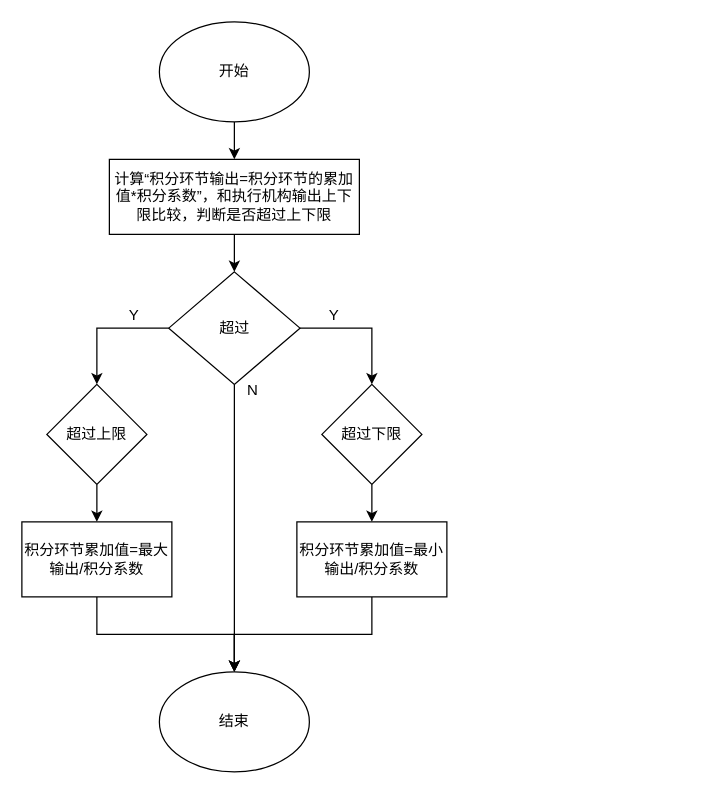
Earlier version of the draw.io diagram 积分抗饱和.drawio (hjc2000/paperwork). Source tidied: cells renumbered, new cells numbered last; positions are measured from the earlier drawing's top-left corner, leaving out a move shared by most shapes. Both pictures are drawn from the tidied source at 125%, with x=0, y=0 at pixel (21, 21).
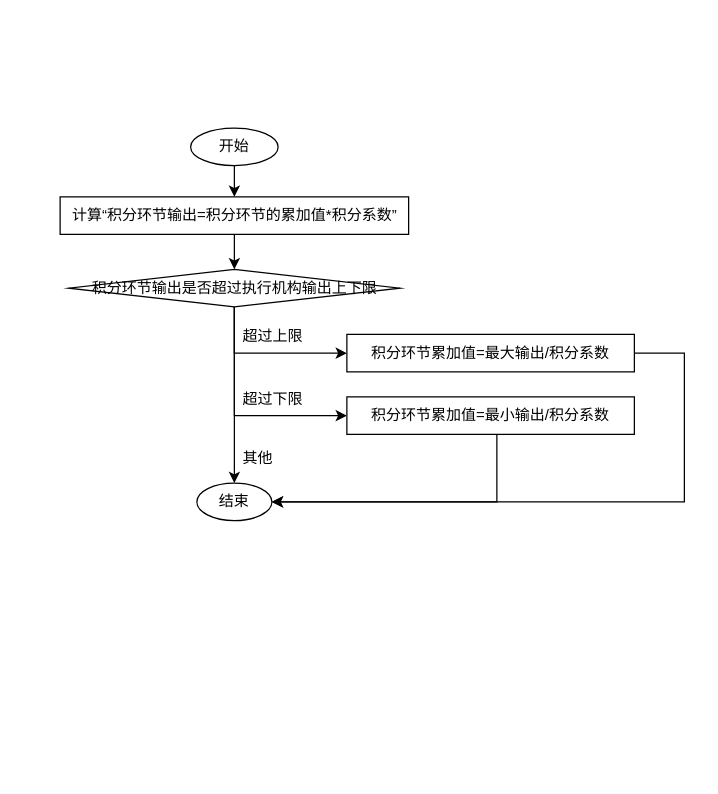
After the change.

What changed in the source:
```diff
@@
-    <mxCell id="2" style="edgeStyle=orthogonalEdgeStyle;rounded=0;jettySize=auto;html=1;verticalAlign=middle;entryX=0.5;entryY=0;entryDx=0;entryDy=0;fontFamily=宋体;startArrow=none;" parent="1" edge="1" source="20" target="7">
+    <mxCell id="2" style="edgeStyle=orthogonalEdgeStyle;rounded=0;jettySize=auto;html=1;verticalAlign=middle;entryX=0.5;entryY=0;entryDx=0;entryDy=0;fontFamily=宋体;startArrow=none;" parent="1" edge="1" source="20" target="9">
       <mxGeometry relative="1" as="geometry" />
     </mxCell>
     <mxCell id="3" value="开始" style="ellipse;whiteSpace=wrap;html=1;verticalAlign=middle;fontFamily=宋体;" parent="1" vertex="1">
-      <mxGeometry x="110" width="120" height="80" as="geometry" />
+      <mxGeometry x="135" y="85" width="70" height="30" as="geometry" />
     </mxCell>
-    <mxCell id="4" style="edgeStyle=orthogonalEdgeStyle;rounded=0;jettySize=auto;html=1;fontFamily=宋体;" parent="1" edge="1" source="7" target="9">
-      <mxGeometry relative="1" as="geometry">
-        <Array as="points">
-          <mxPoint x="60" y="245" />
-        </Array>
-      </mxGeometry>
-    </mxCell>
-    <mxCell id="5" style="edgeStyle=orthogonalEdgeStyle;rounded=0;jettySize=auto;html=1;fontFamily=宋体;" parent="1" edge="1" source="7" target="11">
-      <mxGeometry relative="1" as="geometry">
-        <Array as="points">
-          <mxPoint x="280" y="245" />
-        </Array>
-      </mxGeometry>
-    </mxCell>
-    <mxCell id="6" style="edgeStyle=orthogonalEdgeStyle;rounded=0;jettySize=auto;html=1;entryX=0.5;entryY=0;entryDx=0;entryDy=0;fontFamily=宋体;" parent="1" edge="1" source="7" target="16">
-      <mxGeometry relative="1" as="geometry" />
-    </mxCell>
-    <mxCell id="7" value="超过" style="rhombus;whiteSpace=wrap;html=1;verticalAlign=middle;fontFamily=宋体;" parent="1" vertex="1">
-      <mxGeometry x="117.5" y="200" width="105" height="90" as="geometry" />
-    </mxCell>
-    <mxCell id="8" style="edgeStyle=orthogonalEdgeStyle;rounded=0;jettySize=auto;html=1;fontFamily=宋体;" parent="1" edge="1" source="9" target="13">
+    <mxCell id="8" style="edgeStyle=orthogonalEdgeStyle;rounded=0;jettySize=auto;html=1;entryX=0;entryY=0.5;entryDx=0;entryDy=0;fontFamily=宋体;" parent="1" edge="1" source="9" target="13">
       <mxGeometry relative="1" as="geometry" />
     </mxCell>
+    <mxCell id="22" style="edgeStyle=orthogonalEdgeStyle;rounded=0;jettySize=auto;html=1;entryX=0;entryY=0.5;entryDx=0;entryDy=0;fontFamily=宋体;" parent="1" edge="1" source="9" target="15">
+      <mxGeometry relative="1" as="geometry" />
+    </mxCell>
+    <mxCell id="23" style="edgeStyle=orthogonalEdgeStyle;rounded=0;jettySize=auto;html=1;entryX=0.5;entryY=0;entryDx=0;entryDy=0;fontFamily=宋体;" parent="1" edge="1" source="9" target="16">
+      <mxGeometry relative="1" as="geometry" />
+    </mxCell>
-    <mxCell id="9" value="超过上限" style="rhombus;whiteSpace=wrap;html=1;rounded=0;fontFamily=宋体;" parent="1" vertex="1">
-      <mxGeometry x="20" y="290" width="80" height="80" as="geometry" />
+    <mxCell id="9" value="积分环节输出是否超过执行机构输出上下限" style="rhombus;whiteSpace=wrap;html=1;rounded=0;fontFamily=宋体;" parent="1" vertex="1">
+      <mxGeometry x="37.5" y="198" width="265" height="30" as="geometry" />
     </mxCell>
-    <mxCell id="10" style="edgeStyle=orthogonalEdgeStyle;rounded=0;jettySize=auto;html=1;fontFamily=宋体;" parent="1" edge="1" source="11" target="15">
-      <mxGeometry relative="1" as="geometry" />
-    </mxCell>
-    <mxCell id="11" value="超过下限" style="rhombus;whiteSpace=wrap;html=1;fontFamily=宋体;" parent="1" vertex="1">
-      <mxGeometry x="240" y="290" width="80" height="80" as="geometry" />
-    </mxCell>
-    <mxCell id="12" style="edgeStyle=orthogonalEdgeStyle;rounded=0;jettySize=auto;html=1;entryX=0.5;entryY=0;entryDx=0;entryDy=0;fontFamily=宋体;" parent="1" edge="1" source="13" target="16">
+    <mxCell id="12" style="edgeStyle=orthogonalEdgeStyle;rounded=0;jettySize=auto;html=1;entryX=1;entryY=0.5;entryDx=0;entryDy=0;fontFamily=宋体;" parent="1" edge="1" source="13" target="16">
       <mxGeometry relative="1" as="geometry">
         <Array as="points">
-          <mxPoint x="60" y="490" />
-          <mxPoint x="170" y="490" />
+          <mxPoint x="530" y="265" />
+          <mxPoint x="530" y="384" />
         </Array>
       </mxGeometry>
     </mxCell>
     <mxCell id="13" value="积分环节累加值=最大输出/积分系数" style="whiteSpace=wrap;html=1;rounded=0;fontFamily=宋体;" parent="1" vertex="1">
-      <mxGeometry y="400" width="120" height="60" as="geometry" />
+      <mxGeometry x="260" y="250" width="230" height="30" as="geometry" />
     </mxCell>
-    <mxCell id="14" style="edgeStyle=orthogonalEdgeStyle;rounded=0;jettySize=auto;html=1;entryX=0.5;entryY=0;entryDx=0;entryDy=0;fontFamily=宋体;" parent="1" edge="1" source="15" target="16">
+    <mxCell id="14" style="edgeStyle=orthogonalEdgeStyle;rounded=0;jettySize=auto;html=1;entryX=1;entryY=0.5;entryDx=0;entryDy=0;fontFamily=宋体;" parent="1" edge="1" source="15" target="16">
       <mxGeometry relative="1" as="geometry">
         <Array as="points">
-          <mxPoint x="280" y="490" />
-          <mxPoint x="170" y="490" />
+          <mxPoint x="380" y="384" />
         </Array>
       </mxGeometry>
     </mxCell>
     <mxCell id="15" value="积分环节累加值=最小输出/积分系数" style="whiteSpace=wrap;html=1;fontFamily=宋体;" parent="1" vertex="1">
-      <mxGeometry x="220" y="400" width="120" height="60" as="geometry" />
+      <mxGeometry x="260" y="300" width="230" height="30" as="geometry" />
     </mxCell>
     <mxCell id="16" value="结束" style="ellipse;whiteSpace=wrap;html=1;fontFamily=宋体;" parent="1" vertex="1">
-      <mxGeometry x="110" y="520" width="120" height="80" as="geometry" />
+      <mxGeometry x="140" y="369" width="60" height="30" as="geometry" />
     </mxCell>
-    <mxCell id="17" value="Y" style="text;html=1;strokeColor=none;fillColor=none;align=center;verticalAlign=middle;whiteSpace=wrap;rounded=0;fontFamily=宋体;" parent="1" vertex="1">
-      <mxGeometry x="60" y="220" width="60" height="30" as="geometry" />
-    </mxCell>
-    <mxCell id="18" value="Y" style="text;html=1;strokeColor=none;fillColor=none;align=center;verticalAlign=middle;whiteSpace=wrap;rounded=0;fontFamily=宋体;" parent="1" vertex="1">
-      <mxGeometry x="220" y="220" width="60" height="30" as="geometry" />
-    </mxCell>
-    <mxCell id="19" value="N" style="text;html=1;strokeColor=none;fillColor=none;align=center;verticalAlign=middle;whiteSpace=wrap;rounded=0;fontFamily=宋体;" parent="1" vertex="1">
-      <mxGeometry x="155" y="280" width="60" height="30" as="geometry" />
-    </mxCell>
-    <mxCell id="20" value="计算“积分环节输出=积分环节的累加值*积分系数”，和执行机构输出上下限比较，判断是否超过上下限" style="rounded=0;whiteSpace=wrap;html=1;fontFamily=宋体;" parent="1" vertex="1">
-      <mxGeometry x="70" y="110" width="200" height="60" as="geometry" />
+    <mxCell id="20" value="计算“积分环节输出=积分环节的累加值*积分系数”" style="rounded=0;whiteSpace=wrap;html=1;fontFamily=宋体;" parent="1" vertex="1">
+      <mxGeometry x="30.6" y="140" width="278.8" height="30" as="geometry" />
     </mxCell>
@@
+    <mxCell id="24" value="超过上限" style="text;html=1;strokeColor=none;fillColor=none;align=left;verticalAlign=middle;whiteSpace=wrap;rounded=0;fontFamily=宋体;" parent="1" vertex="1">
+      <mxGeometry x="175" y="240" width="60" height="24" as="geometry" />
+    </mxCell>
+    <mxCell id="11" value="超过下限" style="text;html=1;strokeColor=none;fillColor=none;align=left;verticalAlign=middle;whiteSpace=wrap;rounded=0;fontFamily=宋体;" parent="1" vertex="1">
+      <mxGeometry x="175" y="290" width="60" height="24" as="geometry" />
+    </mxCell>
+    <mxCell id="25" value="其他" style="text;html=1;strokeColor=none;fillColor=none;align=left;verticalAlign=middle;whiteSpace=wrap;rounded=0;fontFamily=宋体;" parent="1" vertex="1">
+      <mxGeometry x="175" y="337" width="60" height="24" as="geometry" />
+    </mxCell>
```
